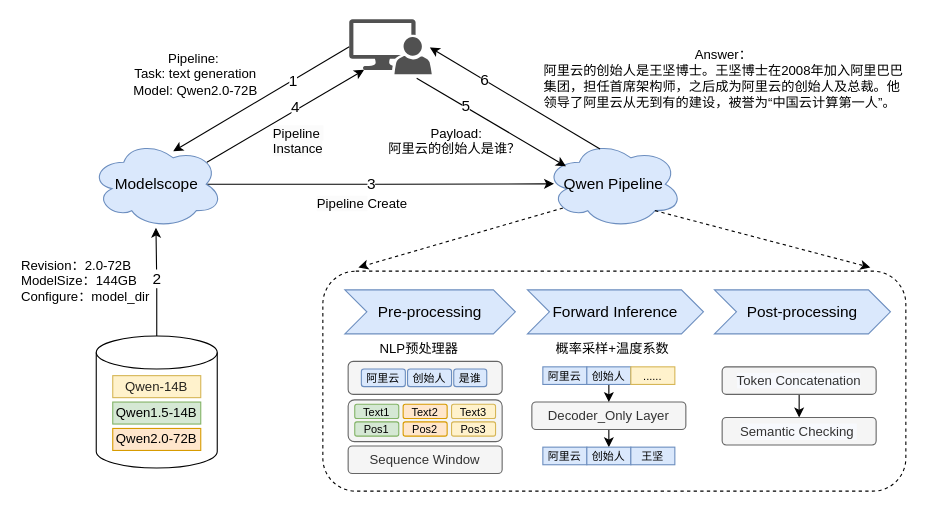
Above: 未命名绘图.drawio in zn-tos/via (draw.io), before the change. Source tidied: cells renumbered, new cells numbered last; positions are measured from the earlier drawing's top-left corner, leaving out a move shared by most shapes. Both pictures are drawn from the tidied source at 110%, with x=0, y=0 at pixel (19, 19).
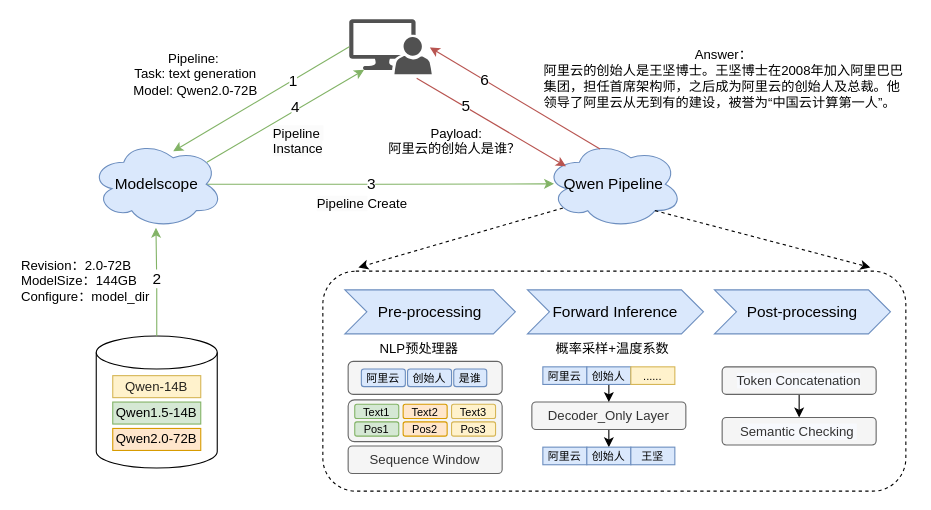
After the change.

Commit message:
更新未命名绘图.drawio

The change refers to these unchanged cells:
```xml
<mxCell id="3" value="&lt;font style=&quot;font-size: 14px;&quot;&gt;Qwen Pipeline&lt;/font&gt;" style="ellipse;shape=cloud;whiteSpace=wrap;html=1;fillColor=#dae8fc;strokeColor=#6c8ebf;" parent="1" vertex="1">
  <mxGeometry x="478" y="110" width="125" height="80" as="geometry" />
</mxCell>
<mxCell id="8" style="sketch=0;shadow=0;dashed=0;html=1;strokeColor=none;labelPosition=center;verticalLabelPosition=bottom;verticalAlign=top;align=center;fillColor=#515151;shape=mxgraph.mscae.system_center.admin_console;" parent="6" vertex="1">
  <mxGeometry x="300" width="75" height="50" as="geometry" />
</mxCell>
<mxCell id="9" style="shape=cylinder3;whiteSpace=wrap;html=1;boundedLbl=1;backgroundOutline=1;size=15;" parent="6" vertex="1">
  <mxGeometry x="70" y="288" width="110" height="120" as="geometry" />
</mxCell>
<mxCell id="18" value="&lt;font style=&quot;font-size: 14px;&quot;&gt;Modelscope&lt;/font&gt;" style="ellipse;shape=cloud;whiteSpace=wrap;html=1;fillColor=#dae8fc;strokeColor=#6c8ebf;" parent="6" vertex="1">
  <mxGeometry x="65" y="110" width="120" height="80" as="geometry" />
</mxCell>
```

The edit, as a diff of the source:
```diff
@@
-    <mxCell id="16" style="edgeStyle=orthogonalEdgeStyle;rounded=0;jettySize=auto;html=1;exitX=0.875;exitY=0.5;exitDx=0;exitDy=0;exitPerimeter=0;entryX=0.065;entryY=0.495;entryDx=0;entryDy=0;entryPerimeter=0;" parent="6" edge="1" source="18" target="3">
+    <mxCell id="16" style="edgeStyle=orthogonalEdgeStyle;rounded=0;jettySize=auto;html=1;exitX=0.875;exitY=0.5;exitDx=0;exitDy=0;exitPerimeter=0;entryX=0.065;entryY=0.495;entryDx=0;entryDy=0;entryPerimeter=0;fillColor=#d5e8d4;strokeColor=#82b366;" parent="6" edge="1" source="18" target="3">
       <mxGeometry relative="1" as="geometry" />
     </mxCell>
@@
-    <mxCell id="19" style="rounded=0;jettySize=auto;html=1;exitX=0;exitY=0.5;exitDx=0;exitDy=0;exitPerimeter=0;" parent="6" edge="1" source="8">
+    <mxCell id="19" style="rounded=0;jettySize=auto;html=1;exitX=0;exitY=0.5;exitDx=0;exitDy=0;exitPerimeter=0;fillColor=#d5e8d4;strokeColor=#82b366;" parent="6" edge="1" source="8">
       <mxGeometry relative="1" as="geometry">
         <mxPoint x="140" y="120" as="targetPoint" />
       </mxGeometry>
     </mxCell>
@@
-    <mxCell id="21" value="&lt;font style=&quot;font-size: 14px;&quot;&gt;4&lt;/font&gt;" style="rounded=0;jettySize=auto;html=1;exitX=0.88;exitY=0.25;exitDx=0;exitDy=0;exitPerimeter=0;entryX=0.18;entryY=0.92;entryDx=0;entryDy=0;entryPerimeter=0;" parent="6" edge="1" source="18" target="8">
+    <mxCell id="21" value="&lt;font style=&quot;font-size: 14px;&quot;&gt;4&lt;/font&gt;" style="rounded=0;jettySize=auto;html=1;exitX=0.88;exitY=0.25;exitDx=0;exitDy=0;exitPerimeter=0;entryX=0.18;entryY=0.92;entryDx=0;entryDy=0;entryPerimeter=0;fillColor=#d5e8d4;strokeColor=#82b366;" parent="6" edge="1" source="18" target="8">
       <mxGeometry x="0.15" y="2" relative="1" as="geometry" />
     </mxCell>
-    <mxCell id="22" style="rounded=0;jettySize=auto;html=1;exitX=0.817;exitY=1.073;exitDx=0;exitDy=0;exitPerimeter=0;entryX=0.152;entryY=0.295;entryDx=0;entryDy=0;entryPerimeter=0;" parent="6" edge="1" source="8" target="3">
+    <mxCell id="22" style="rounded=0;jettySize=auto;html=1;exitX=0.817;exitY=1.073;exitDx=0;exitDy=0;exitPerimeter=0;entryX=0.152;entryY=0.295;entryDx=0;entryDy=0;entryPerimeter=0;fillColor=#f8cecc;strokeColor=#b85450;" parent="6" edge="1" source="8" target="3">
       <mxGeometry relative="1" as="geometry" />
     </mxCell>
@@
-    <mxCell id="24" style="rounded=0;jettySize=auto;html=1;exitX=0.4;exitY=0.1;exitDx=0;exitDy=0;exitPerimeter=0;entryX=0.977;entryY=0.513;entryDx=0;entryDy=0;entryPerimeter=0;" parent="6" edge="1" target="8">
+    <mxCell id="24" style="rounded=0;jettySize=auto;html=1;exitX=0.4;exitY=0.1;exitDx=0;exitDy=0;exitPerimeter=0;entryX=0.977;entryY=0.513;entryDx=0;entryDy=0;entryPerimeter=0;fillColor=#f8cecc;strokeColor=#b85450;" parent="6" edge="1" target="8">
       <mxGeometry relative="1" as="geometry">
         <mxPoint x="528" y="118" as="sourcePoint" />
       </mxGeometry>
     </mxCell>
@@
-    <mxCell id="27" style="edgeStyle=orthogonalEdgeStyle;rounded=0;jettySize=auto;html=1;exitX=0.5;exitY=0;exitDx=0;exitDy=0;exitPerimeter=0;entryX=0.494;entryY=0.995;entryDx=0;entryDy=0;entryPerimeter=0;" parent="6" edge="1" source="9" target="18">
+    <mxCell id="27" style="edgeStyle=orthogonalEdgeStyle;rounded=0;jettySize=auto;html=1;exitX=0.5;exitY=0;exitDx=0;exitDy=0;exitPerimeter=0;entryX=0.494;entryY=0.995;entryDx=0;entryDy=0;entryPerimeter=0;fillColor=#d5e8d4;strokeColor=#82b366;" parent="6" edge="1" source="9" target="18">
       <mxGeometry relative="1" as="geometry" />
     </mxCell>
```
